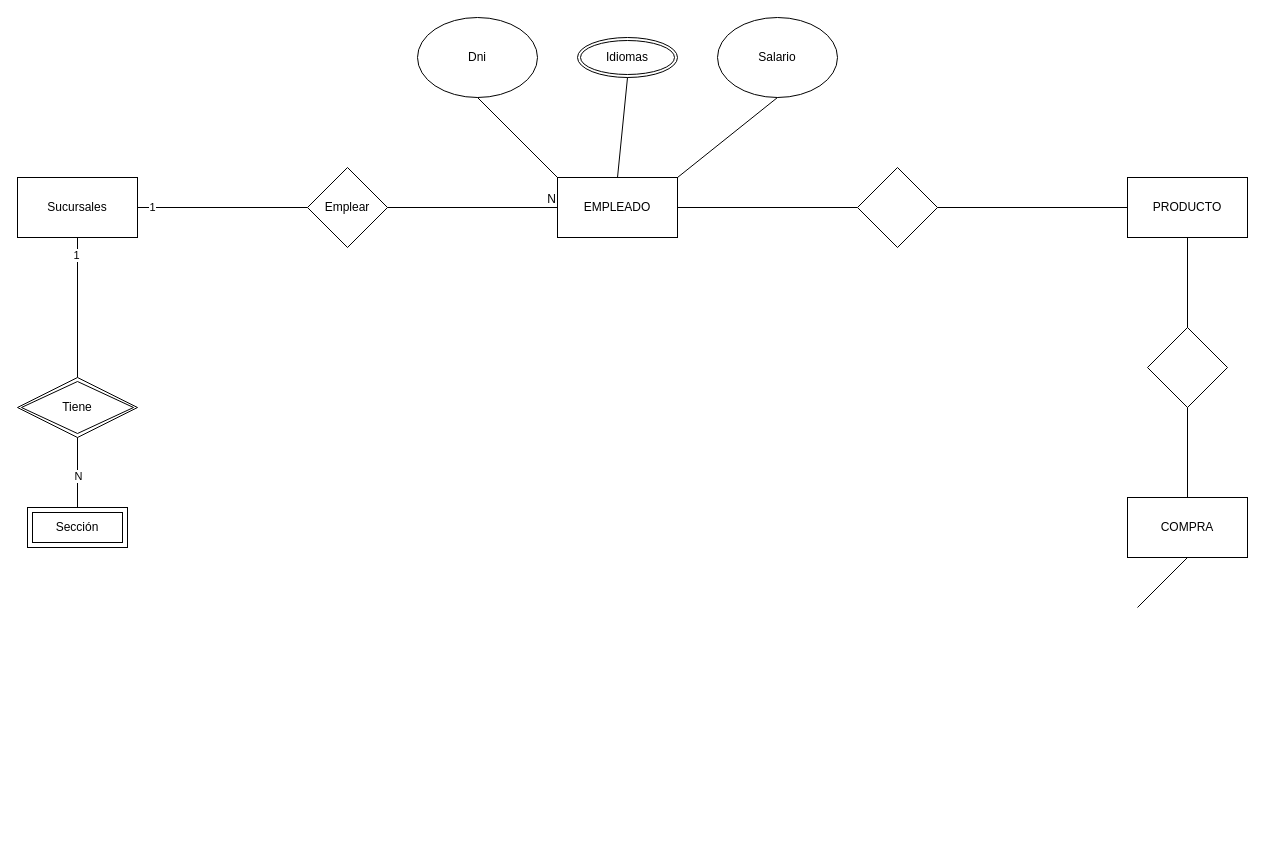
The draw.io diagram ejer3.drawio in santiagozb/Base-de-datos-1, before the edit. Source tidied: cells renumbered, new cells numbered last; positions are measured from the earlier drawing's top-left corner, leaving out a move shared by most shapes. Both pictures are drawn from the tidied source at 100%, with x=0, y=0 at pixel (17, 17).
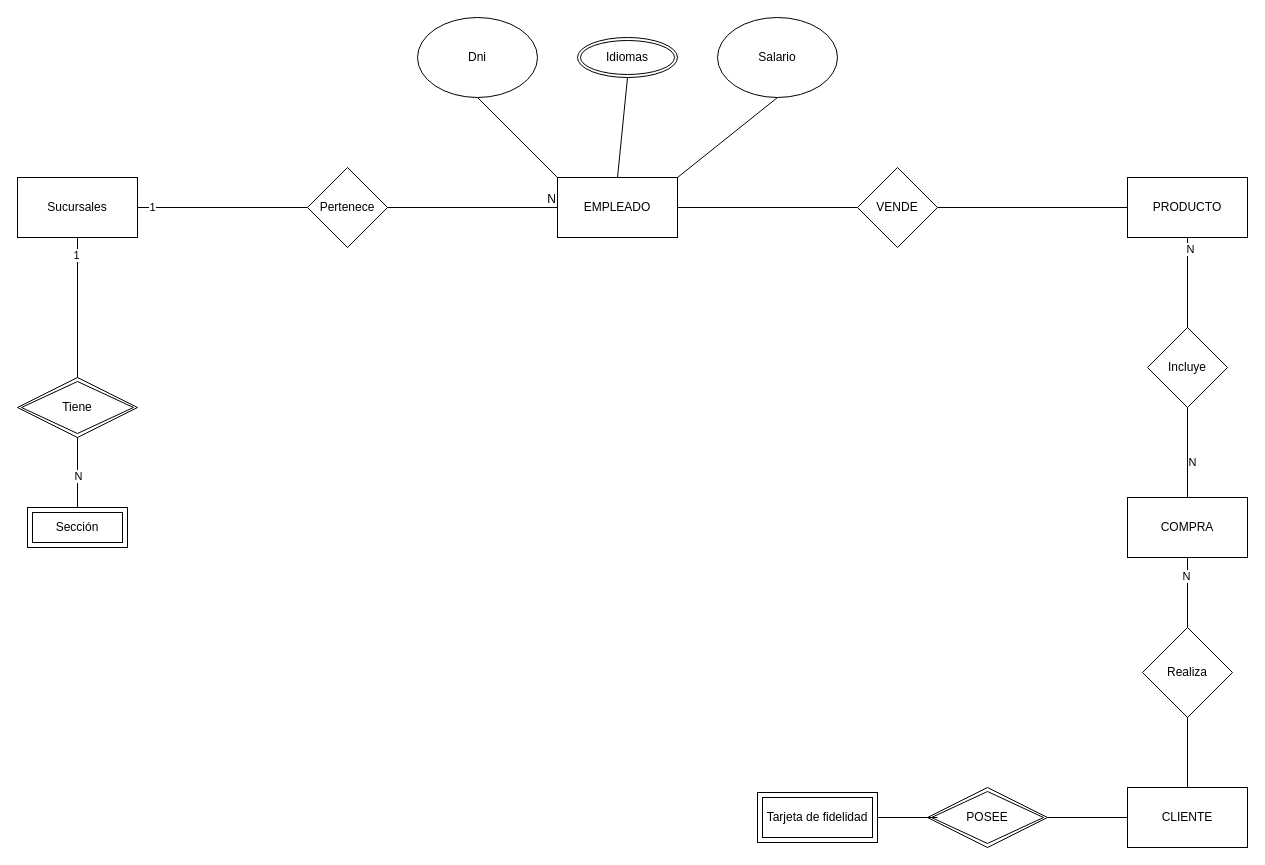
Above is the later version.

The change refers to these unchanged cells:
```xml
<mxCell id="27" style="endArrow=none;html=1;exitX=0.5;exitY=0;exitDx=0;exitDy=0;" parent="1" edge="1">
  <mxGeometry relative="1" as="geometry">
    <mxPoint x="1170" y="320" as="sourcePoint" />
    <mxPoint x="1170" y="220" as="targetPoint" />
  </mxGeometry>
</mxCell>
<mxCell id="29" style="endArrow=none;html=1;exitX=0.5;exitY=0;exitDx=0;exitDy=0;" parent="1" edge="1">
  <mxGeometry relative="1" as="geometry">
    <mxPoint x="1170" y="480" as="sourcePoint" />
    <mxPoint x="1170" y="390" as="targetPoint" />
  </mxGeometry>
</mxCell>
```

The edit, as a diff of the source:
```diff
@@
-    <mxCell id="3" value="Emplear" style="rhombus;whiteSpace=wrap;html=1;" parent="1" vertex="1">
+    <mxCell id="3" value="Pertenece" style="rhombus;whiteSpace=wrap;html=1;" parent="1" vertex="1">
       <mxGeometry x="290" y="150" width="80" height="80" as="geometry" />
     </mxCell>
@@
-    <mxCell id="24" style="rhombus;whiteSpace=wrap;html=1;" parent="1" vertex="1">
+    <mxCell id="24" value="VENDE" style="rhombus;whiteSpace=wrap;html=1;" parent="1" vertex="1">
       <mxGeometry x="840" y="150" width="80" height="80" as="geometry" />
     </mxCell>
@@
+    <mxCell id="32" value="N" style="edgeLabel;html=1;align=center;verticalAlign=middle;" parent="27" vertex="1">
+      <mxGeometry x="0.78" y="-2" relative="1" as="geometry" />
+    </mxCell>
-    <mxCell id="28" style="rhombus;whiteSpace=wrap;html=1;" parent="1" vertex="1">
+    <mxCell id="28" value="Incluye" style="rhombus;whiteSpace=wrap;html=1;" parent="1" vertex="1">
       <mxGeometry x="1130" y="310" width="80" height="80" as="geometry" />
     </mxCell>
@@
+    <mxCell id="33" value="N" style="edgeLabel;html=1;align=center;verticalAlign=middle;" parent="29" vertex="1">
+      <mxGeometry x="-0.2" y="-4" relative="1" as="geometry" />
+    </mxCell>
@@
     <mxCell id="31" style="endArrow=none;html=1;" parent="1" edge="1">
       <mxGeometry relative="1" as="geometry">
-        <mxPoint x="1120" y="590" as="sourcePoint" />
+        <mxPoint x="1170" y="610" as="sourcePoint" />
         <mxPoint x="1170" y="540" as="targetPoint" />
       </mxGeometry>
     </mxCell>
+    <mxCell id="34" value="N" style="edgeLabel;html=1;align=center;verticalAlign=middle;" parent="31" vertex="1">
+      <mxGeometry x="0.49" y="2" relative="1" as="geometry" />
+    </mxCell>
+    <mxCell id="35" value="Realiza" style="rhombus;whiteSpace=wrap;html=1;" parent="1" vertex="1">
+      <mxGeometry x="1125" y="610" width="90" height="90" as="geometry" />
+    </mxCell>
+    <mxCell id="36" value="CLIENTE" style="rounded=0;whiteSpace=wrap;html=1;" parent="1" vertex="1">
+      <mxGeometry x="1110" y="770" width="120" height="60" as="geometry" />
+    </mxCell>
+    <mxCell id="37" style="endArrow=none;html=1;exitX=0.5;exitY=0;exitDx=0;exitDy=0;" parent="1" edge="1" source="36">
+      <mxGeometry relative="1" as="geometry">
+        <mxPoint x="1170" y="700" as="targetPoint" />
+      </mxGeometry>
+    </mxCell>
+    <mxCell id="38" style="endArrow=none;html=1;" parent="1" edge="1">
+      <mxGeometry relative="1" as="geometry">
+        <mxPoint x="1030" y="800" as="sourcePoint" />
+        <mxPoint x="1110" y="800" as="targetPoint" />
+      </mxGeometry>
+    </mxCell>
+    <mxCell id="39" value="POSEE" style="shape=rhombus;double=1;perimeter=rhombusPerimeter;whiteSpace=wrap;html=1;align=center;" parent="1" vertex="1">
+      <mxGeometry x="910" y="770" width="120" height="60" as="geometry" />
+    </mxCell>
+    <mxCell id="40" style="line;strokeWidth=1;dashed=0;labelPosition=right;align=left;verticalAlign=middle;spacingTop=0;spacingLeft=6;" parent="1" vertex="1">
+      <mxGeometry x="860" y="795" width="60" height="10" as="geometry" />
+    </mxCell>
+    <mxCell id="41" value="Tarjeta de fidelidad" style="shape=ext;margin=3;double=1;whiteSpace=wrap;html=1;align=center;" parent="1" vertex="1">
+      <mxGeometry x="740" y="775" width="120" height="50" as="geometry" />
+    </mxCell>
```
